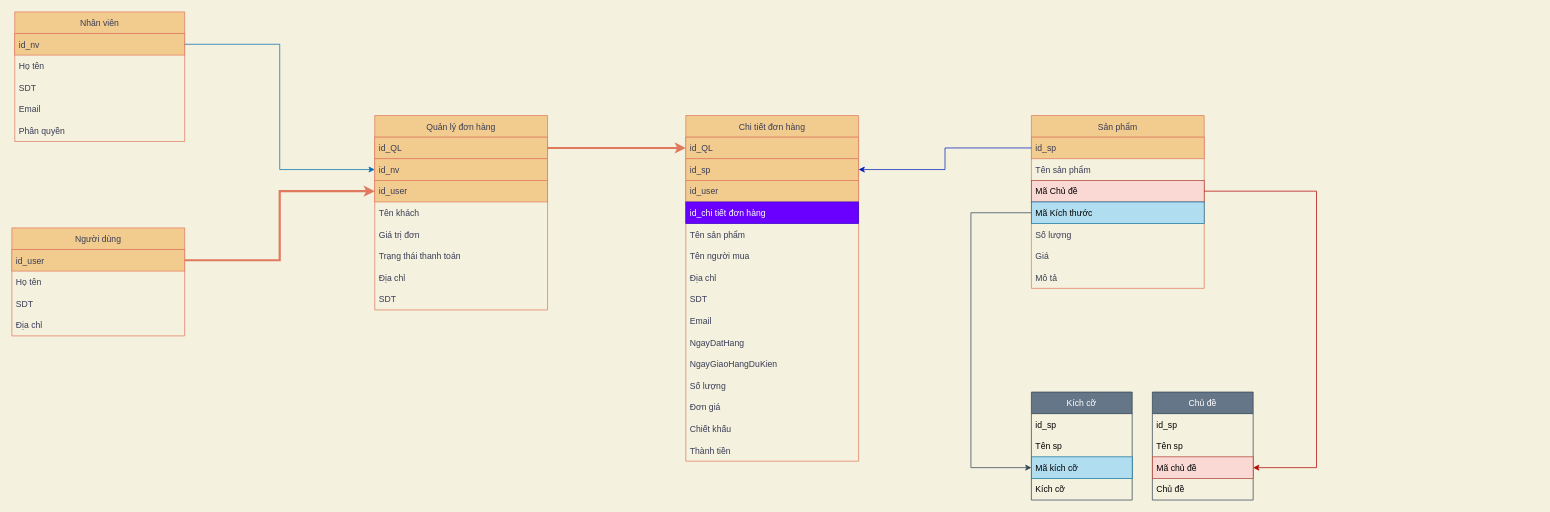
SaltnonSugar/HTML keeps this draw.io diagram as Web bán hàng.drawio. Above is the earlier version. Source tidied: cells renumbered, new cells numbered last; positions are measured from the earlier drawing's top-left corner, leaving out a move shared by most shapes. Both pictures are drawn from the tidied source at 72%, with x=0, y=0 at pixel (12, 12).
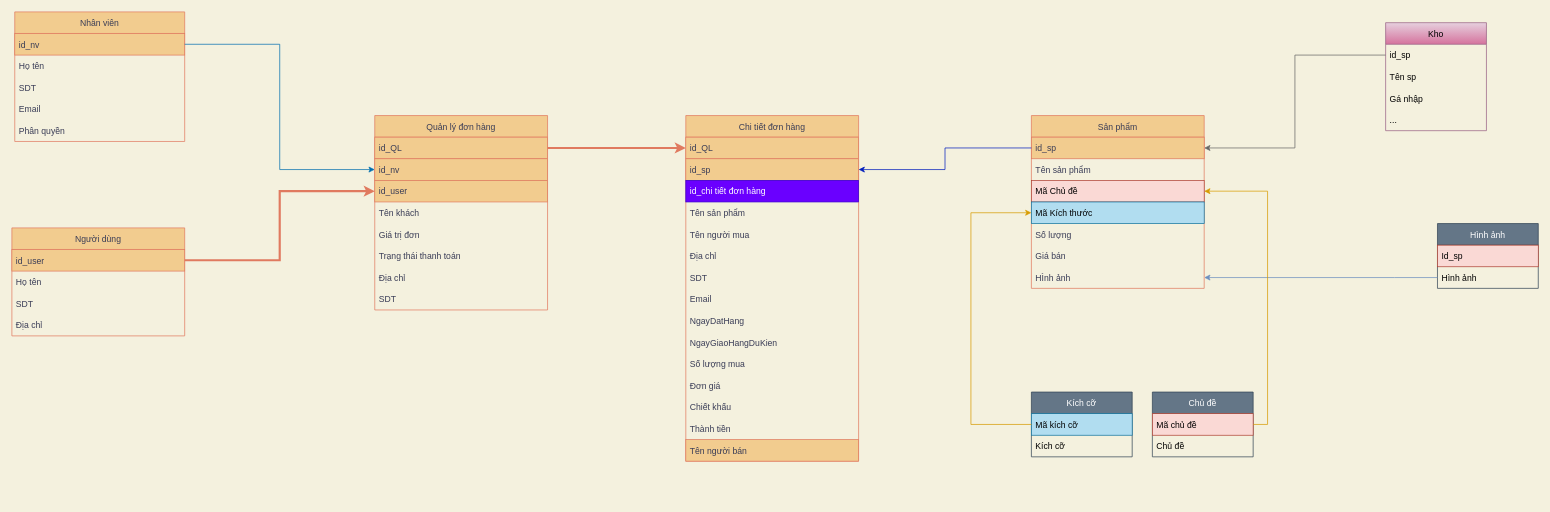
The same page after the edit.

Commit message (it also covers changes not shown here):
Cập nhật Web bán hàng.drawio

The change refers to these unchanged cells:
```xml
<mxCell id="13" value="Sản phẩm" style="swimlane;fontStyle=0;horizontal=1;startSize=30;fillColor=#F2CC8F;strokeColor=#E07A5F;fontColor=#393C56;" parent="1" vertex="1">
  <mxGeometry x="1416" y="144" width="240" height="240" as="geometry" />
</mxCell>
<mxCell id="14" value="id_sp" style="text;strokeColor=#E07A5F;fillColor=#F2CC8F;align=left;verticalAlign=middle;spacingLeft=4;spacingRight=4;overflow=hidden;points=[[0,0.5],[1,0.5]];portConstraint=eastwest;fontColor=#393C56;" parent="13" vertex="1">
  <mxGeometry y="30" width="240" height="30" as="geometry" />
</mxCell>
<mxCell id="16" value="Mã Chủ đề" style="text;strokeColor=#ae4132;fillColor=#fad9d5;align=left;verticalAlign=middle;spacingLeft=4;spacingRight=4;overflow=hidden;points=[[0,0.5],[1,0.5]];portConstraint=eastwest;fontColor=#000000;" parent="13" vertex="1">
  <mxGeometry y="90" width="240" height="30" as="geometry" />
</mxCell>
<mxCell id="17" value="Mã Kích thước" style="text;align=left;verticalAlign=middle;spacingLeft=4;spacingRight=4;overflow=hidden;points=[[0,0.5],[1,0.5]];portConstraint=eastwest;fillColor=#b1ddf0;strokeColor=#10739e;fontColor=#030303;" parent="13" vertex="1">
  <mxGeometry y="120" width="240" height="30" as="geometry" />
</mxCell>
<mxCell id="31" value="Chi tiết đơn hàng" style="swimlane;fontStyle=0;horizontal=1;startSize=30;fillColor=#F2CC8F;strokeColor=#E07A5F;fontColor=#393C56;" parent="1" vertex="1">
  <mxGeometry x="936" y="144" width="240" height="480" as="geometry" />
</mxCell>
```

Change to the diagram source:
```diff
@@
-    <mxCell id="19" value="Giá" style="text;strokeColor=none;fillColor=none;align=left;verticalAlign=middle;spacingLeft=4;spacingRight=4;overflow=hidden;fontColor=#393C56;" parent="13" vertex="1">
+    <mxCell id="19" value="Giá bán" style="text;strokeColor=none;fillColor=none;align=left;verticalAlign=middle;spacingLeft=4;spacingRight=4;overflow=hidden;fontColor=#393C56;" parent="13" vertex="1">
       <mxGeometry y="180" width="240" height="30" as="geometry" />
     </mxCell>
-    <mxCell id="20" value="Mô tả" style="text;strokeColor=none;fillColor=none;align=left;verticalAlign=middle;spacingLeft=4;spacingRight=4;overflow=hidden;points=[[0,0.5],[1,0.5]];portConstraint=eastwest;fontColor=#393C56;" parent="13" vertex="1">
+    <mxCell id="20" value="HÌnh ảnh" style="text;strokeColor=none;fillColor=none;align=left;verticalAlign=middle;spacingLeft=4;spacingRight=4;overflow=hidden;points=[[0,0.5],[1,0.5]];portConstraint=eastwest;fontColor=#393C56;" parent="13" vertex="1">
       <mxGeometry y="210" width="240" height="30" as="geometry" />
     </mxCell>
@@
-    <mxCell id="34" value="id_user" style="text;strokeColor=#E07A5F;fillColor=#F2CC8F;align=left;verticalAlign=middle;spacingLeft=4;spacingRight=4;overflow=hidden;fontColor=#393C56;" parent="31" vertex="1">
-      <mxGeometry y="90" width="240" height="30" as="geometry" />
-    </mxCell>
     <mxCell id="35" value="id_chi tiết đơn hàng" style="text;strokeColor=#3700CC;fillColor=#6a00ff;align=left;verticalAlign=middle;spacingLeft=4;spacingRight=4;overflow=hidden;fontColor=#ffffff;" parent="31" vertex="1">
-      <mxGeometry y="120" width="240" height="30" as="geometry" />
+      <mxGeometry y="90" width="240" height="30" as="geometry" />
     </mxCell>
     <mxCell id="36" value="Tên sản phẩm" style="text;strokeColor=none;fillColor=none;align=left;verticalAlign=middle;spacingLeft=4;spacingRight=4;overflow=hidden;fontColor=#393C56;" parent="31" vertex="1">
-      <mxGeometry y="150" width="240" height="30" as="geometry" />
+      <mxGeometry y="120" width="240" height="30" as="geometry" />
     </mxCell>
     <mxCell id="37" value="Tên người mua" style="text;strokeColor=none;fillColor=none;align=left;verticalAlign=middle;spacingLeft=4;spacingRight=4;overflow=hidden;fontColor=#393C56;" parent="31" vertex="1">
-      <mxGeometry y="180" width="240" height="30" as="geometry" />
+      <mxGeometry y="150" width="240" height="30" as="geometry" />
     </mxCell>
     <mxCell id="38" value="Địa chỉ" style="text;strokeColor=none;fillColor=none;align=left;verticalAlign=middle;spacingLeft=4;spacingRight=4;overflow=hidden;fontColor=#393C56;" parent="31" vertex="1">
-      <mxGeometry y="210" width="240" height="30" as="geometry" />
+      <mxGeometry y="180" width="240" height="30" as="geometry" />
     </mxCell>
     <mxCell id="39" value="SDT" style="text;strokeColor=none;fillColor=none;align=left;verticalAlign=middle;spacingLeft=4;spacingRight=4;overflow=hidden;fontColor=#393C56;" parent="31" vertex="1">
-      <mxGeometry y="240" width="240" height="30" as="geometry" />
+      <mxGeometry y="210" width="240" height="30" as="geometry" />
     </mxCell>
     <mxCell id="40" value="Email" style="text;strokeColor=none;fillColor=none;align=left;verticalAlign=middle;spacingLeft=4;spacingRight=4;overflow=hidden;fontColor=#393C56;" parent="31" vertex="1">
-      <mxGeometry y="270" width="240" height="30" as="geometry" />
+      <mxGeometry y="240" width="240" height="30" as="geometry" />
     </mxCell>
     <mxCell id="41" value="NgayDatHang" style="text;strokeColor=none;fillColor=none;align=left;verticalAlign=middle;spacingLeft=4;spacingRight=4;overflow=hidden;fontColor=#393C56;" parent="31" vertex="1">
-      <mxGeometry y="300" width="240" height="30" as="geometry" />
+      <mxGeometry y="270" width="240" height="30" as="geometry" />
     </mxCell>
     <mxCell id="42" value="NgayGiaoHangDuKien" style="text;strokeColor=none;fillColor=none;align=left;verticalAlign=middle;spacingLeft=4;spacingRight=4;overflow=hidden;fontColor=#393C56;" parent="31" vertex="1">
-      <mxGeometry y="330" width="240" height="30" as="geometry" />
+      <mxGeometry y="300" width="240" height="30" as="geometry" />
     </mxCell>
-    <mxCell id="43" value="Số lượng" style="text;strokeColor=none;fillColor=none;align=left;verticalAlign=middle;spacingLeft=4;spacingRight=4;overflow=hidden;fontColor=#393C56;" parent="31" vertex="1">
-      <mxGeometry y="360" width="240" height="30" as="geometry" />
+    <mxCell id="43" value="Số lượng mua" style="text;strokeColor=none;fillColor=none;align=left;verticalAlign=middle;spacingLeft=4;spacingRight=4;overflow=hidden;fontColor=#393C56;" parent="31" vertex="1">
+      <mxGeometry y="330" width="240" height="30" as="geometry" />
     </mxCell>
     <mxCell id="44" value="Đơn giá" style="text;strokeColor=none;fillColor=none;align=left;verticalAlign=middle;spacingLeft=4;spacingRight=4;overflow=hidden;fontColor=#393C56;" parent="31" vertex="1">
-      <mxGeometry y="390" width="240" height="30" as="geometry" />
+      <mxGeometry y="360" width="240" height="30" as="geometry" />
     </mxCell>
     <mxCell id="45" value="Chiết khấu" style="text;strokeColor=none;fillColor=none;align=left;verticalAlign=middle;spacingLeft=4;spacingRight=4;overflow=hidden;fontColor=#393C56;" parent="31" vertex="1">
-      <mxGeometry y="420" width="240" height="30" as="geometry" />
+      <mxGeometry y="390" width="240" height="30" as="geometry" />
     </mxCell>
     <mxCell id="46" value="Thành tiền" style="text;strokeColor=none;fillColor=none;align=left;verticalAlign=middle;spacingLeft=4;spacingRight=4;overflow=hidden;fontColor=#393C56;" parent="31" vertex="1">
-      <mxGeometry y="450" width="240" height="30" as="geometry" />
+      <mxGeometry y="420" width="240" height="30" as="geometry" />
     </mxCell>
+    <mxCell id="63" value="Tên người bán" style="text;strokeColor=#E07A5F;fillColor=#F2CC8F;align=left;verticalAlign=middle;spacingLeft=4;spacingRight=4;overflow=hidden;fontColor=#393C56;" parent="31" vertex="1">
+      <mxGeometry y="450" width="240" height="30" as="geometry" />
+    </mxCell>
@@
     <mxCell id="51" value="Kích cỡ" style="swimlane;fontStyle=0;horizontal=1;startSize=30;fillColor=#647687;fontColor=#ffffff;strokeColor=#314354;" parent="1" vertex="1">
-      <mxGeometry x="1416" y="528" width="140" height="150" as="geometry" />
+      <mxGeometry x="1416" y="528" width="140" height="90" as="geometry" />
     </mxCell>
-    <mxCell id="52" value="id_sp" style="text;strokeColor=none;fillColor=none;align=left;verticalAlign=middle;spacingLeft=4;spacingRight=4;overflow=hidden;fontColor=#000000;" parent="51" vertex="1">
-      <mxGeometry y="30" width="140" height="30" as="geometry" />
-    </mxCell>
-    <mxCell id="53" value="Tên sp" style="text;strokeColor=none;fillColor=none;align=left;verticalAlign=middle;spacingLeft=4;spacingRight=4;overflow=hidden;fontColor=#000000;" parent="51" vertex="1">
-      <mxGeometry y="60" width="140" height="30" as="geometry" />
-    </mxCell>
     <mxCell id="54" value="Mã kích cỡ" style="text;strokeColor=#10739e;fillColor=#b1ddf0;align=left;verticalAlign=middle;spacingLeft=4;spacingRight=4;overflow=hidden;points=[[0,0.5],[1,0.5]];portConstraint=eastwest;fontColor=#000000;" parent="51" vertex="1">
-      <mxGeometry y="90" width="140" height="30" as="geometry" />
+      <mxGeometry y="30" width="140" height="30" as="geometry" />
     </mxCell>
     <mxCell id="55" value="Kích cỡ" style="text;strokeColor=none;fillColor=none;align=left;verticalAlign=middle;spacingLeft=4;spacingRight=4;overflow=hidden;fontColor=#000000;" parent="51" vertex="1">
-      <mxGeometry y="120" width="140" height="30" as="geometry" />
+      <mxGeometry y="60" width="140" height="30" as="geometry" />
     </mxCell>
     <mxCell id="56" value="Chủ đề" style="swimlane;fontStyle=0;horizontal=1;startSize=30;fillColor=#647687;fontColor=#ffffff;strokeColor=#314354;" parent="1" vertex="1">
-      <mxGeometry x="1584" y="528" width="140" height="150" as="geometry" />
+      <mxGeometry x="1584" y="528" width="140" height="90" as="geometry" />
     </mxCell>
-    <mxCell id="57" value="id_sp" style="text;strokeColor=none;fillColor=none;align=left;verticalAlign=middle;spacingLeft=4;spacingRight=4;overflow=hidden;fontColor=#000000;" parent="56" vertex="1">
-      <mxGeometry y="30" width="140" height="30" as="geometry" />
-    </mxCell>
-    <mxCell id="58" value="Tên sp" style="text;strokeColor=none;fillColor=none;align=left;verticalAlign=middle;spacingLeft=4;spacingRight=4;overflow=hidden;fontColor=#000000;" parent="56" vertex="1">
-      <mxGeometry y="60" width="140" height="30" as="geometry" />
-    </mxCell>
     <mxCell id="59" value="Mã chủ đề" style="text;strokeColor=#ae4132;fillColor=#fad9d5;align=left;verticalAlign=middle;spacingLeft=4;spacingRight=4;overflow=hidden;points=[[0,0.5],[1,0.5]];portConstraint=eastwest;fontColor=#000000;" parent="56" vertex="1">
-      <mxGeometry y="90" width="140" height="30" as="geometry" />
+      <mxGeometry y="30" width="140" height="30" as="geometry" />
     </mxCell>
     <mxCell id="60" value="Chủ đề" style="text;strokeColor=none;fillColor=none;align=left;verticalAlign=middle;spacingLeft=4;spacingRight=4;overflow=hidden;fontColor=#000000;" parent="56" vertex="1">
-      <mxGeometry y="120" width="140" height="30" as="geometry" />
+      <mxGeometry y="60" width="140" height="30" as="geometry" />
     </mxCell>
-    <mxCell id="61" style="edgeStyle=orthogonalEdgeStyle;rounded=0;jettySize=auto;html=1;exitX=1;exitY=0.5;exitDx=0;exitDy=0;entryX=1;entryY=0.5;entryDx=0;entryDy=0;fontColor=#000000;fillColor=#e51400;strokeColor=#B20000;" parent="1" edge="1" source="16" target="59">
-      <mxGeometry relative="1" as="geometry">
-        <Array as="points">
-          <mxPoint x="1812" y="249" />
-          <mxPoint x="1812" y="633" />
-        </Array>
-      </mxGeometry>
-    </mxCell>
-    <mxCell id="62" style="edgeStyle=orthogonalEdgeStyle;rounded=0;jettySize=auto;html=1;exitX=0;exitY=0.5;exitDx=0;exitDy=0;entryX=0;entryY=0.5;entryDx=0;entryDy=0;fontColor=#000000;fillColor=#647687;strokeColor=#314354;" parent="1" edge="1" source="17" target="54">
-      <mxGeometry relative="1" as="geometry">
-        <Array as="points">
-          <mxPoint x="1332" y="279" />
-          <mxPoint x="1332" y="633" />
-        </Array>
-      </mxGeometry>
-    </mxCell>
+    <mxCell id="64" value="Hình ảnh" style="swimlane;fontStyle=0;horizontal=1;startSize=30;fillColor=#647687;fontColor=#ffffff;strokeColor=#314354;" parent="1" vertex="1">
+      <mxGeometry x="1980" y="294" width="140" height="90" as="geometry" />
+    </mxCell>
+    <mxCell id="65" value="Id_sp" style="text;strokeColor=#ae4132;fillColor=#fad9d5;align=left;verticalAlign=middle;spacingLeft=4;spacingRight=4;overflow=hidden;fontColor=#000000;" parent="64" vertex="1">
+      <mxGeometry y="30" width="140" height="30" as="geometry" />
+    </mxCell>
+    <mxCell id="66" value="Hình ảnh" style="text;strokeColor=none;fillColor=none;align=left;verticalAlign=middle;spacingLeft=4;spacingRight=4;overflow=hidden;points=[[0,0.5],[1,0.5]];portConstraint=eastwest;fontColor=#000000;" parent="64" vertex="1">
+      <mxGeometry y="60" width="140" height="30" as="geometry" />
+    </mxCell>
+    <mxCell id="67" style="edgeStyle=orthogonalEdgeStyle;rounded=0;jettySize=auto;html=1;exitX=0;exitY=0.5;exitDx=0;exitDy=0;entryX=1;entryY=0.5;entryDx=0;entryDy=0;fontColor=#000000;fillColor=#dae8fc;gradientColor=#7ea6e0;strokeColor=#6c8ebf;" parent="1" edge="1" source="66" target="20">
+      <mxGeometry relative="1" as="geometry">
+        <Array as="points">
+          <mxPoint x="1920" y="369" />
+          <mxPoint x="1920" y="369" />
+        </Array>
+      </mxGeometry>
+    </mxCell>
+    <mxCell id="68" style="edgeStyle=orthogonalEdgeStyle;rounded=0;jettySize=auto;html=1;exitX=0;exitY=0.5;exitDx=0;exitDy=0;entryX=0;entryY=0.5;entryDx=0;entryDy=0;fontColor=#000000;fillColor=#ffcd28;gradientColor=#ffa500;strokeColor=#d79b00;" parent="1" edge="1" source="54" target="17">
+      <mxGeometry relative="1" as="geometry">
+        <Array as="points">
+          <mxPoint x="1332" y="573" />
+          <mxPoint x="1332" y="279" />
+        </Array>
+      </mxGeometry>
+    </mxCell>
+    <mxCell id="69" style="edgeStyle=orthogonalEdgeStyle;rounded=0;jettySize=auto;html=1;exitX=1;exitY=0.5;exitDx=0;exitDy=0;entryX=1;entryY=0.5;entryDx=0;entryDy=0;fontColor=#000000;fillColor=#ffcd28;gradientColor=#ffa500;strokeColor=#d79b00;" parent="1" edge="1" source="59" target="16">
+      <mxGeometry relative="1" as="geometry" />
+    </mxCell>
+    <mxCell id="70" value="Kho" style="swimlane;fontStyle=0;horizontal=1;startSize=30;fillColor=#e6d0de;strokeColor=#996185;gradientColor=#d5739d;" parent="1" vertex="1">
+      <mxGeometry x="1908" y="15" width="140" height="150" as="geometry" />
+    </mxCell>
+    <mxCell id="71" value="id_sp" style="text;strokeColor=none;fillColor=none;align=left;verticalAlign=middle;spacingLeft=4;spacingRight=4;overflow=hidden;points=[[0,0.5],[1,0.5]];portConstraint=eastwest;fontColor=#000000;" parent="70" vertex="1">
+      <mxGeometry y="30" width="140" height="30" as="geometry" />
+    </mxCell>
+    <mxCell id="72" value="Tên sp" style="text;strokeColor=none;fillColor=none;align=left;verticalAlign=middle;spacingLeft=4;spacingRight=4;overflow=hidden;fontColor=#000000;" parent="70" vertex="1">
+      <mxGeometry y="60" width="140" height="30" as="geometry" />
+    </mxCell>
+    <mxCell id="73" value="Gá nhập" style="text;strokeColor=none;fillColor=none;align=left;verticalAlign=middle;spacingLeft=4;spacingRight=4;overflow=hidden;fontColor=#000000;" parent="70" vertex="1">
+      <mxGeometry y="90" width="140" height="30" as="geometry" />
+    </mxCell>
+    <mxCell id="74" value="..." style="text;strokeColor=none;fillColor=none;align=left;verticalAlign=middle;spacingLeft=4;spacingRight=4;overflow=hidden;fontColor=#000000;" parent="70" vertex="1">
+      <mxGeometry y="120" width="140" height="30" as="geometry" />
+    </mxCell>
+    <mxCell id="75" style="edgeStyle=orthogonalEdgeStyle;rounded=0;jettySize=auto;html=1;exitX=0;exitY=0.5;exitDx=0;exitDy=0;entryX=1;entryY=0.5;entryDx=0;entryDy=0;fontColor=#FFFFFF;fillColor=#f5f5f5;gradientColor=#b3b3b3;strokeColor=#666666;" parent="1" edge="1" source="71" target="14">
+      <mxGeometry relative="1" as="geometry" />
+    </mxCell>
```
